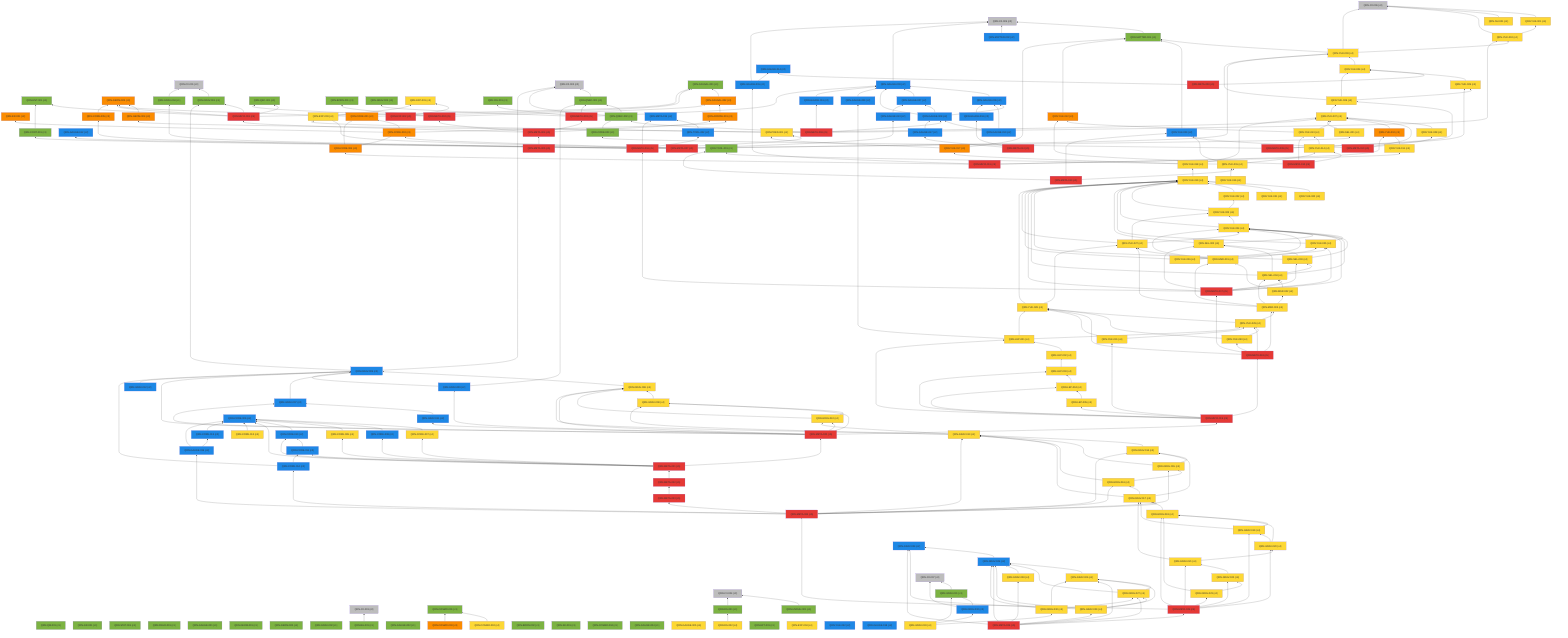
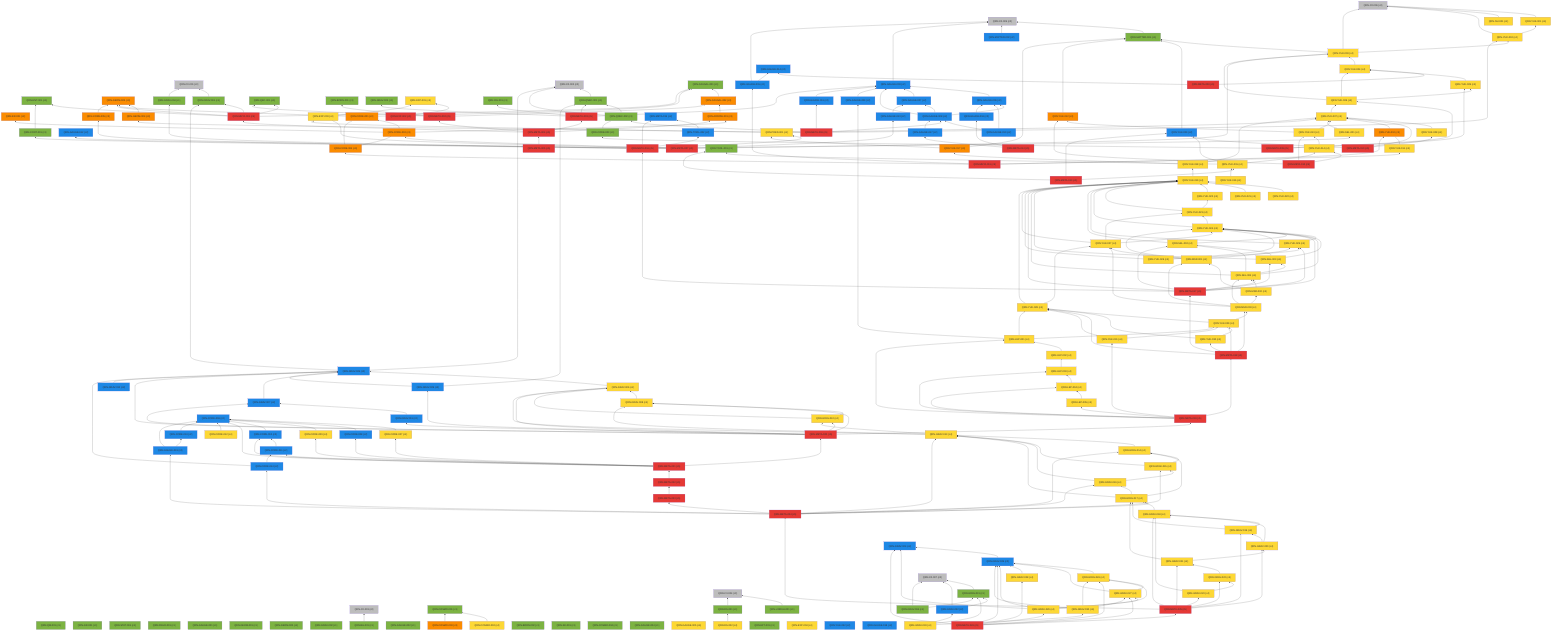
%% 自動生成 (dag/report.pl) — QRN 主張依存グラフ
graph BT
  QRN_C0_001["QRN-C0-001 (c0)"]:::c0
  QRN_C0_002["QRN-C0-002 (c0)"]:::c0
  QRN_C0_003["QRN-C0-003 (c0)"]:::c0
  QRN_C0_004["QRN-C0-004 (c0)"]:::c0
  QRN_C0_005["QRN-C0-005 (c0)"]:::c0
  QRN_C0_006["QRN-C0-006 (c0)"]:::c0
  QRN_QM_001["QRN-QM-001 (c1)"]:::c1
  QRN_GR_001["QRN-GR-001 (c1)"]:::c1
  QRN_STAT_001["QRN-STAT-001 (c1)"]:::c1
  QRN_FIELD_001["QRN-FIELD-001 (c1)"]:::c1
  QRN_GAUGE_001["QRN-GAUGE-001 (c1)"]:::c1
  QRN_ENT_001["QRN-ENT-001 (c1)"]:::c1
  QRN_GEOM_001["QRN-GEOM-001 (c1)"]:::c1
  QRN_GEOM_002["QRN-GEOM-002 (c1)"]:::c1
  QRN_GEOM_003["QRN-GEOM-003 (c3)"]:::c3
  QRN_GRAV_001["QRN-GRAV-001 (c1)"]:::c1
  QRN_GRAV_002["QRN-GRAV-002 (c1)"]:::c1
  QRN_BH_001["QRN-BH-001 (c1)"]:::c1
  QRN_CAUSAL_001["QRN-CAUSAL-001 (c1)"]:::c1
  QRN_CAUSAL_002["QRN-CAUSAL-002 (c3)"]:::c3
  QRN_ER_001["QRN-ER-001 (c3)"]:::c3
  QRN_QEC_001["QRN-QEC-001 (c1)"]:::c1
  QRN_GAUGE_002["QRN-GAUGE-002 (c1)"]:::c1
  QRN_COSMO_001["QRN-COSMO-001 (c1)"]:::c1
  QRN_COSMO_002["QRN-COSMO-002 (c4)"]:::c4
  QRN_COSMO_003["QRN-COSMO-003 (c3)"]:::c3
  QRN_BORN_001["QRN-BORN-001 (c1)"]:::c1
  QRN_BORN_002["QRN-BORN-002 (c1)"]:::c1
  QRN_GRAV_003["QRN-GRAV-003 (c1)"]:::c1
  QRN_KK_001["QRN-KK-001 (c1)"]:::c1
  QRN_MATTER_001["QRN-MATTER-001 (c1)"]:::c1
  QRN_MATTER_002["QRN-MATTER-002 (c2)"]:::c2
  QRN_COSMO_004["QRN-COSMO-004 (c1)"]:::c1
  QRN_EXP_001["QRN-EXP-001 (c4)"]:::c4
  QRN_GAUGE_003["QRN-GAUGE-003 (c2)"]:::c2
  QRN_GAUGE_004["QRN-GAUGE-004 (c1)"]:::c1
  QRN_GAUGE_005["QRN-GAUGE-005 (c4)"]:::c4
  QRN_YUK_001["QRN-YUK-001 (c4)"]:::c4
  QRN_RG_001["QRN-RG-001 (c1)"]:::c1
  QRN_UNRUH_001["QRN-UNRUH-001 (c1)"]:::c1
  QRN_QNEC_001["QRN-QNEC-001 (c1)"]:::c1
  QRN_NU_001["QRN-NU-001 (c4)"]:::c4
  QRN_GAUGE_006["QRN-GAUGE-006 (c2)"]:::c2
  QRN_DS_001["QRN-DS-001 (c1)"]:::c1
  QRN_DS_002["QRN-DS-002 (c4)"]:::c4
  QRN_ARROW_001["QRN-ARROW-001 (c3)"]:::c3
  QRN_GAUGE_007["QRN-GAUGE-007 (c2)"]:::c2
  QRN_EFT_001["QRN-EFT-001 (c1)"]:::c1
  QRN_GAUGE_008["QRN-GAUGE-008 (c2)"]:::c2
  QRN_GAUGE_009["QRN-GAUGE-009 (c2)"]:::c2
  QRN_GAUGE_010["QRN-GAUGE-010 (c2)"]:::c2
  QRN_QNEC_002["QRN-QNEC-002 (c1)"]:::c1
  QRN_GEOM_004["QRN-GEOM-004 (c3)"]:::c3
  QRN_YUK_002["QRN-YUK-002 (c4)"]:::c4
  QRN_EXP_002["QRN-EXP-002 (c5)"]:::c5
  QRN_CORE_001["QRN-CORE-001 (c3)"]:::c3
  QRN_GAUGE_011["QRN-GAUGE-011 (c2)"]:::c2
  QRN_GAUGE_012["QRN-GAUGE-012 (c2)"]:::c2
  QRN_YUK_003["QRN-YUK-003 (c4)"]:::c4
  QRN_EXP_003["QRN-EXP-003 (c4)"]:::c4
  QRN_CORE_002["QRN-CORE-002 (c3)"]:::c3
  QRN_GAUGE_013["QRN-GAUGE-013 (c2)"]:::c2
  QRN_YUK_004["QRN-YUK-004 (c4)"]:::c4
  QRN_GAUGE_014["QRN-GAUGE-014 (c2)"]:::c2
  QRN_META_001["QRN-META-001 (c5)"]:::c5
  QRN_META_002["QRN-META-002 (c5)"]:::c5
  QRN_META_003["QRN-META-003 (c5)"]:::c5
  QRN_META_004["QRN-META-004 (c5)"]:::c5
  QRN_META_005["QRN-META-005 (c5)"]:::c5
  QRN_META_006["QRN-META-006 (c5)"]:::c5
  QRN_META_007["QRN-META-007 (c5)"]:::c5
  QRN_META_008["QRN-META-008 (c5)"]:::c5
  QRN_YUK_005["QRN-YUK-005 (c4)"]:::c4
  QRN_YUK_006["QRN-YUK-006 (c4)"]:::c4
  QRN_CORE_003["QRN-CORE-003 (c1)"]:::c1
  QRN_META_009["QRN-META-009 (c5)"]:::c5
  QRN_YUK_007["QRN-YUK-007 (c4)"]:::c4
  QRN_YUK_008["QRN-YUK-008 (c4)"]:::c4
  QRN_YUK_009["QRN-YUK-009 (c2)"]:::c2
  QRN_META_010["QRN-META-010 (c5)"]:::c5
  QRN_GAUGE_015["QRN-GAUGE-015 (c2)"]:::c2
  QRN_YUK_010["QRN-YUK-010 (c3)"]:::c3
  QRN_YUK_011["QRN-YUK-011 (c4)"]:::c4
  QRN_CORE_004["QRN-CORE-004 (c3)"]:::c3
  QRN_META_011["QRN-META-011 (c5)"]:::c5
  QRN_YUK_012["QRN-YUK-012 (c3)"]:::c3
  QRN_YUK_013["QRN-YUK-013 (c4)"]:::c4
  QRN_YUK_014["QRN-YUK-014 (c4)"]:::c4
  QRN_META_012["QRN-META-012 (c5)"]:::c5
  QRN_TOOL_001["QRN-TOOL-001 (c1)"]:::c1
  QRN_YUK_015["QRN-YUK-015 (c4)"]:::c4
  QRN_META_013["QRN-META-013 (c5)"]:::c5
  QRN_GAUGE_016["QRN-GAUGE-016 (c2)"]:::c2
  QRN_GAUGE_017["QRN-GAUGE-017 (c2)"]:::c2
  QRN_META_014["QRN-META-014 (c5)"]:::c5
  QRN_META_015["QRN-META-015 (c2)"]:::c2
  QRN_TOOL_002["QRN-TOOL-002 (c2)"]:::c2
  QRN_CORE_005["QRN-CORE-005 (c3)"]:::c3
  QRN_CONT_001["QRN-CONT-001 (c1)"]:::c1
  QRN_SEL_001["QRN-SEL-001 (c4)"]:::c4
  QRN_GRAV_004["QRN-GRAV-004 (c1)"]:::c1
  QRN_PRED_001["QRN-PRED-001 (c4)"]:::c4
  QRN_META_016["QRN-META-016 (c5)"]:::c5
  QRN_YUK_016["QRN-YUK-016 (c4)"]:::c4
  QRN_YUK_017["QRN-YUK-017 (c3)"]:::c3
  QRN_YUK_018["QRN-YUK-018 (c4)"]:::c4
  QRN_YUK_019["QRN-YUK-019 (c4)"]:::c4
  QRN_YUK_020["QRN-YUK-020 (c4)"]:::c4
  QRN_YUK_021["QRN-YUK-021 (c4)"]:::c4
  QRN_YUK_022["QRN-YUK-022 (c4)"]:::c4
  QRN_YUK_023["QRN-YUK-023 (c4)"]:::c4
  QRN_YUK_024["QRN-YUK-024 (c4)"]:::c4
  QRN_YUK_025["QRN-YUK-025 (c4)"]:::c4
  QRN_SEL_002["QRN-SEL-002 (c4)"]:::c4
  QRN_SEL_003["QRN-SEL-003 (c4)"]:::c4
  QRN_SEL_004["QRN-SEL-004 (c4)"]:::c4
  QRN_META_017["QRN-META-017 (c5)"]:::c5
  QRN_YUK_026["QRN-YUK-026 (c4)"]:::c4
  QRN_YUK_027["QRN-YUK-027 (c4)"]:::c4
  QRN_MSR_001["QRN-MSR-001 (c4)"]:::c4
  QRN_MSR_002["QRN-MSR-002 (c4)"]:::c4
  QRN_MSR_003["QRN-MSR-003 (c4)"]:::c4
  QRN_YUK_028["QRN-YUK-028 (c4)"]:::c4
  QRN_YUK_029["QRN-YUK-029 (c4)"]:::c4
  QRN_YUK_030["QRN-YUK-030 (c4)"]:::c4
  QRN_META_018["QRN-META-018 (c5)"]:::c5
  QRN_YUK_031["QRN-YUK-031 (c4)"]:::c4
  QRN_LEP_001["QRN-LEP-001 (c4)"]:::c4
  QRN_LEP_002["QRN-LEP-002 (c4)"]:::c4
  QRN_LEP_003["QRN-LEP-003 (c4)"]:::c4
  QRN_LEP_004["QRN-LEP-004 (c4)"]:::c4
  QRN_LEP_005["QRN-LEP-005 (c4)"]:::c4
  QRN_META_019["QRN-META-019 (c5)"]:::c5
  QRN_GRAV_005["QRN-GRAV-005 (c2)"]:::c2
  QRN_GRAV_006["QRN-GRAV-006 (c4)"]:::c4
  QRN_GRAV_007["QRN-GRAV-007 (c2)"]:::c2
  QRN_GRAV_008["QRN-GRAV-008 (c4)"]:::c4
  QRN_GRAV_009["QRN-GRAV-009 (c2)"]:::c2
  QRN_GRAV_010["QRN-GRAV-010 (c4)"]:::c4
  QRN_GRAV_011["QRN-GRAV-011 (c2)"]:::c2
  QRN_META_020["QRN-META-020 (c5)"]:::c5
  QRN_CORE_006["QRN-CORE-006 (c2)"]:::c2
  QRN_CORE_007["QRN-CORE-007 (c4)"]:::c4
  QRN_CORE_008["QRN-CORE-008 (c2)"]:::c2
  QRN_CORE_009["QRN-CORE-009 (c4)"]:::c4
  QRN_CORE_010["QRN-CORE-010 (c2)"]:::c2
  QRN_CORE_011["QRN-CORE-011 (c2)"]:::c2
  QRN_META_021["QRN-META-021 (c5)"]:::c5
  QRN_CORE_012["QRN-CORE-012 (c4)"]:::c4
  QRN_EXP_004["QRN-EXP-004 (c4)"]:::c4
  QRN_CORE_013["QRN-CORE-013 (c2)"]:::c2
  QRN_GRAV_012["QRN-GRAV-012 (c2)"]:::c2
  QRN_YUK_032["QRN-YUK-032 (c2)"]:::c2
  QRN_GAUGE_018["QRN-GAUGE-018 (c2)"]:::c2
  QRN_META_022["QRN-META-022 (c5)"]:::c5
  QRN_META_023["QRN-META-023 (c5)"]:::c5
  QRN_CORE_014["QRN-CORE-014 (c2)"]:::c2
  QRN_GRAV_013["QRN-GRAV-013 (c4)"]:::c4
  QRN_GRAV_014["QRN-GRAV-014 (c4)"]:::c4
  QRN_GRAV_015["QRN-GRAV-015 (c4)"]:::c4
  QRN_GRAV_016["QRN-GRAV-016 (c4)"]:::c4
  QRN_GRAV_017["QRN-GRAV-017 (c4)"]:::c4
  QRN_GAUGE_019["QRN-GAUGE-019 (c2)"]:::c2
  QRN_META_024["QRN-META-024 (c5)"]:::c5
  QRN_GRAV_018["QRN-GRAV-018 (c4)"]:::c4
  QRN_GRAV_019["QRN-GRAV-019 (c4)"]:::c4
  QRN_GRAV_020["QRN-GRAV-020 (c4)"]:::c4
  QRN_GRAV_021["QRN-GRAV-021 (c4)"]:::c4
  QRN_GRAV_022["QRN-GRAV-022 (c4)"]:::c4
  QRN_GRAV_023["QRN-GRAV-023 (c4)"]:::c4
  QRN_META_025["QRN-META-025 (c5)"]:::c5
  QRN_GRAV_024["QRN-GRAV-024 (c2)"]:::c2
  QRN_GRAV_025["QRN-GRAV-025 (c2)"]:::c2
  QRN_GRAV_026["QRN-GRAV-026 (c4)"]:::c4
  QRN_GRAV_027["QRN-GRAV-027 (c4)"]:::c4
  QRN_GRAV_028["QRN-GRAV-028 (c4)"]:::c4
  QRN_GRAV_029["QRN-GRAV-029 (c4)"]:::c4
  QRN_META_026["QRN-META-026 (c5)"]:::c5
  QRN_GRAV_030["QRN-GRAV-030 (c4)"]:::c4
  QRN_C0_007["QRN-C0-007 (c0)"]:::c0
  QRN_GRAV_031["QRN-GRAV-031 (c1)"]:::c1
  QRN_GRAV_032["QRN-GRAV-032 (c2)"]:::c2
  QRN_GRAV_033["QRN-GRAV-033 (c4)"]:::c4
+   QRN_GRAV_034["QRN-GRAV-034 (c1)"]:::c1
  QRN_GRAV_001 --> QRN_C0_001
  QRN_BH_001 --> QRN_C0_003
  QRN_CAUSAL_002 --> QRN_CAUSAL_001
  QRN_COSMO_002 --> QRN_COSMO_001
  QRN_COSMO_003 --> QRN_COSMO_001
  QRN_MATTER_001 --> QRN_C0_005
  QRN_MATTER_002 --> QRN_C0_005
  QRN_GAUGE_003 --> QRN_C0_005
  QRN_YUK_001 --> QRN_C0_006
  QRN_UNRUH_001 --> QRN_C0_004
  QRN_QNEC_001 --> QRN_C0_002
  QRN_NU_001 --> QRN_C0_006
  QRN_GAUGE_006 --> QRN_GAUGE_003
  QRN_DS_001 --> QRN_C0_004
  QRN_DS_002 --> QRN_DS_001
  QRN_ARROW_001 --> QRN_CAUSAL_002
  QRN_GAUGE_007 --> QRN_GAUGE_003
  QRN_GAUGE_008 --> QRN_GAUGE_003
  QRN_GAUGE_008 --> QRN_GAUGE_006
  QRN_GAUGE_008 --> QRN_GAUGE_007
  QRN_GAUGE_009 --> QRN_GAUGE_003
  QRN_GAUGE_010 --> QRN_GAUGE_006
  QRN_GAUGE_010 --> QRN_GAUGE_008
  QRN_QNEC_002 --> QRN_C0_002
  QRN_QNEC_002 --> QRN_QNEC_001
  QRN_GEOM_004 --> QRN_GEOM_003
  QRN_YUK_002 --> QRN_C0_006
  QRN_YUK_002 --> QRN_YUK_001
  QRN_EXP_002 --> QRN_EXP_001
  QRN_CORE_001 --> QRN_GEOM_003
  QRN_CORE_001 --> QRN_CAUSAL_001
  QRN_GAUGE_011 --> QRN_GAUGE_003
  QRN_YUK_003 --> QRN_C0_006
  QRN_YUK_003 --> QRN_MATTER_001
  QRN_YUK_003 --> QRN_YUK_002
  QRN_EXP_003 --> QRN_EXP_001
  QRN_CORE_002 --> QRN_CORE_001
  QRN_CORE_002 --> QRN_ER_001
  QRN_CORE_002 --> QRN_ARROW_001
  QRN_GAUGE_013 --> QRN_GAUGE_007
  QRN_YUK_004 --> QRN_YUK_003
  QRN_META_001 --> QRN_GEOM_003
  QRN_META_001 --> QRN_GRAV_001
  QRN_META_001 --> QRN_CAUSAL_001
  QRN_META_001 --> QRN_QEC_001
  QRN_META_001 --> QRN_ENT_001
  QRN_META_002 --> QRN_QEC_001
  QRN_META_002 --> QRN_BORN_001
  QRN_META_002 --> QRN_CAUSAL_002
  QRN_META_003 --> QRN_GAUGE_003
  QRN_META_003 --> QRN_RG_001
  QRN_META_003 --> QRN_QNEC_001
  QRN_META_003 --> QRN_GRAV_003
  QRN_META_004 --> QRN_META_001
  QRN_META_004 --> QRN_META_002
  QRN_META_004 --> QRN_META_003
  QRN_META_004 --> QRN_ARROW_001
  QRN_META_005 --> QRN_META_004
  QRN_META_006 --> QRN_GAUGE_008
  QRN_META_006 --> QRN_QNEC_002
  QRN_META_006 --> QRN_GEOM_004
  QRN_META_006 --> QRN_YUK_002
  QRN_META_006 --> QRN_GAUGE_011
  QRN_META_007 --> QRN_GAUGE_012
  QRN_META_007 --> QRN_YUK_003
  QRN_META_007 --> QRN_EXP_003
  QRN_META_007 --> QRN_CORE_002
  QRN_META_007 --> QRN_GAUGE_013
  QRN_META_008 --> QRN_YUK_004
  QRN_META_008 --> QRN_GAUGE_014
  QRN_YUK_005 --> QRN_YUK_004
  QRN_YUK_006 --> QRN_YUK_003
  QRN_YUK_006 --> QRN_YUK_004
  QRN_YUK_006 --> QRN_YUK_005
  QRN_CORE_003 --> QRN_QNEC_002
  QRN_META_009 --> QRN_YUK_005
  QRN_META_009 --> QRN_YUK_006
  QRN_META_009 --> QRN_CORE_003
  QRN_YUK_007 --> QRN_YUK_006
  QRN_YUK_008 --> QRN_YUK_007
  QRN_YUK_009 --> QRN_MATTER_001
  QRN_META_010 --> QRN_YUK_007
  QRN_META_010 --> QRN_YUK_008
  QRN_META_010 --> QRN_YUK_009
  QRN_GAUGE_015 --> QRN_C0_005
  QRN_GAUGE_015 --> QRN_GAUGE_014
  QRN_YUK_010 --> QRN_YUK_007
  QRN_YUK_011 --> QRN_YUK_010
  QRN_CORE_004 --> QRN_CORE_001
  QRN_CORE_004 --> QRN_CORE_002
  QRN_META_011 --> QRN_GAUGE_015
  QRN_META_011 --> QRN_YUK_010
  QRN_META_011 --> QRN_YUK_011
  QRN_META_011 --> QRN_CORE_004
  QRN_YUK_012 --> QRN_MATTER_001
  QRN_YUK_013 --> QRN_YUK_012
  QRN_YUK_013 --> QRN_YUK_007
  QRN_YUK_014 --> QRN_YUK_013
  QRN_META_012 --> QRN_YUK_012
  QRN_META_012 --> QRN_YUK_013
  QRN_META_012 --> QRN_YUK_014
  QRN_YUK_015 --> QRN_YUK_014
  QRN_YUK_015 --> QRN_TOOL_001
  QRN_YUK_015 --> QRN_YUK_009
  QRN_META_013 --> QRN_YUK_015
  QRN_META_013 --> QRN_TOOL_001
  QRN_META_013 --> QRN_YUK_009
  QRN_GAUGE_016 --> QRN_GAUGE_006
  QRN_GAUGE_017 --> QRN_GAUGE_008
  QRN_META_014 --> QRN_GAUGE_016
  QRN_META_014 --> QRN_GAUGE_017
  QRN_TOOL_002 --> QRN_META_015
  QRN_CORE_005 --> QRN_GEOM_003
  QRN_CONT_001 --> QRN_ENT_001
  QRN_SEL_001 --> QRN_YUK_007
  QRN_GRAV_004 --> QRN_C0_001
  QRN_PRED_001 --> QRN_YUK_007
  QRN_PRED_001 --> QRN_EXP_003
  QRN_META_016 --> QRN_META_015
  QRN_META_016 --> QRN_TOOL_002
  QRN_META_016 --> QRN_CORE_005
  QRN_META_016 --> QRN_CONT_001
  QRN_META_016 --> QRN_SEL_001
  QRN_META_016 --> QRN_GRAV_004
  QRN_META_016 --> QRN_PRED_001
  QRN_YUK_016 --> QRN_YUK_015
  QRN_YUK_017 --> QRN_MATTER_001
  QRN_YUK_017 --> QRN_PRED_001
  QRN_YUK_018 --> QRN_YUK_017
  QRN_YUK_018 --> QRN_YUK_007
  QRN_YUK_019 --> QRN_YUK_018
  QRN_YUK_020 --> QRN_YUK_019
  QRN_YUK_021 --> QRN_YUK_019
  QRN_YUK_022 --> QRN_YUK_019
  QRN_YUK_023 --> QRN_YUK_019
  QRN_YUK_023 --> QRN_YUK_022
  QRN_YUK_024 --> QRN_YUK_019
  QRN_YUK_024 --> QRN_YUK_023
  QRN_YUK_025 --> QRN_YUK_019
  QRN_YUK_025 --> QRN_YUK_024
  QRN_SEL_002 --> QRN_YUK_019
  QRN_SEL_002 --> QRN_YUK_024
  QRN_SEL_003 --> QRN_YUK_019
  QRN_SEL_003 --> QRN_YUK_024
  QRN_SEL_003 --> QRN_SEL_002
  QRN_SEL_004 --> QRN_YUK_019
  QRN_SEL_004 --> QRN_YUK_024
  QRN_SEL_004 --> QRN_SEL_002
  QRN_SEL_004 --> QRN_SEL_003
  QRN_META_017 --> QRN_META_016
  QRN_META_017 --> QRN_YUK_019
  QRN_META_017 --> QRN_YUK_024
  QRN_META_017 --> QRN_YUK_025
  QRN_META_017 --> QRN_SEL_002
  QRN_META_017 --> QRN_SEL_003
  QRN_META_017 --> QRN_SEL_004
  QRN_YUK_026 --> QRN_YUK_019
  QRN_YUK_026 --> QRN_YUK_024
  QRN_YUK_026 --> QRN_YUK_025
  QRN_YUK_027 --> QRN_YUK_019
  QRN_YUK_027 --> QRN_YUK_023
  QRN_YUK_027 --> QRN_YUK_024
  QRN_MSR_001 --> QRN_YUK_024
  QRN_MSR_001 --> QRN_YUK_025
  QRN_MSR_001 --> QRN_YUK_027
  QRN_MSR_002 --> QRN_SEL_004
  QRN_MSR_002 --> QRN_MSR_001
  QRN_MSR_003 --> QRN_MSR_001
  QRN_MSR_003 --> QRN_MSR_002
  QRN_MSR_003 --> QRN_SEL_004
  QRN_MSR_003 --> QRN_YUK_027
  QRN_YUK_028 --> QRN_YUK_019
  QRN_YUK_028 --> QRN_YUK_027
  QRN_YUK_029 --> QRN_YUK_028
  QRN_YUK_029 --> QRN_MSR_003
  QRN_YUK_030 --> QRN_YUK_028
  QRN_YUK_030 --> QRN_YUK_029
  QRN_META_018 --> QRN_META_017
  QRN_META_018 --> QRN_MSR_003
  QRN_META_018 --> QRN_YUK_028
  QRN_META_018 --> QRN_YUK_029
  QRN_META_018 --> QRN_YUK_030
  QRN_YUK_031 --> QRN_YUK_028
  QRN_YUK_031 --> QRN_YUK_029
  QRN_LEP_001 --> QRN_YUK_028
  QRN_LEP_001 --> QRN_YUK_029
  QRN_LEP_001 --> QRN_GAUGE_009
  QRN_LEP_002 --> QRN_LEP_001
  QRN_LEP_003 --> QRN_LEP_002
  QRN_LEP_004 --> QRN_LEP_003
  QRN_LEP_005 --> QRN_LEP_004
  QRN_META_019 --> QRN_META_018
  QRN_META_019 --> QRN_YUK_031
  QRN_META_019 --> QRN_LEP_001
  QRN_META_019 --> QRN_LEP_003
  QRN_META_019 --> QRN_LEP_004
  QRN_META_019 --> QRN_LEP_005
  QRN_GRAV_005 --> QRN_C0_002
  QRN_GRAV_005 --> QRN_GRAV_001
  QRN_GRAV_006 --> QRN_GRAV_005
  QRN_GRAV_007 --> QRN_GRAV_005
  QRN_GRAV_008 --> QRN_GRAV_006
  QRN_GRAV_009 --> QRN_GRAV_005
  QRN_GRAV_009 --> QRN_QNEC_001
  QRN_GRAV_010 --> QRN_GRAV_006
  QRN_GRAV_010 --> QRN_GRAV_008
  QRN_GRAV_011 --> QRN_GRAV_007
  QRN_META_020 --> QRN_META_019
  QRN_META_020 --> QRN_GRAV_005
  QRN_META_020 --> QRN_GRAV_006
  QRN_META_020 --> QRN_GRAV_007
  QRN_META_020 --> QRN_GRAV_008
  QRN_META_020 --> QRN_GRAV_009
  QRN_META_020 --> QRN_GRAV_010
  QRN_META_020 --> QRN_GRAV_011
  QRN_CORE_007 --> QRN_CORE_006
  QRN_CORE_008 --> QRN_CORE_006
  QRN_CORE_009 --> QRN_CORE_006
  QRN_CORE_010 --> QRN_CORE_006
  QRN_CORE_011 --> QRN_CORE_010
  QRN_META_021 --> QRN_META_020
  QRN_META_021 --> QRN_CORE_006
  QRN_META_021 --> QRN_CORE_007
  QRN_META_021 --> QRN_CORE_008
  QRN_META_021 --> QRN_CORE_009
  QRN_META_021 --> QRN_CORE_010
  QRN_META_021 --> QRN_CORE_011
  QRN_CORE_012 --> QRN_CORE_006
  QRN_CORE_013 --> QRN_CORE_006
  QRN_GRAV_012 --> QRN_GRAV_005
  QRN_META_022 --> QRN_META_021
  QRN_META_023 --> QRN_META_022
  QRN_CORE_014 --> QRN_CORE_011
  QRN_CORE_014 --> QRN_GRAV_005
  QRN_GRAV_013 --> QRN_GRAV_006
  QRN_GRAV_013 --> QRN_GRAV_008
  QRN_GRAV_013 --> QRN_GRAV_010
  QRN_GRAV_014 --> QRN_GRAV_013
  QRN_GRAV_015 --> QRN_GRAV_013
  QRN_GRAV_015 --> QRN_GRAV_014
  QRN_GRAV_016 --> QRN_GRAV_013
  QRN_GRAV_016 --> QRN_GRAV_015
  QRN_GRAV_017 --> QRN_GRAV_013
  QRN_GRAV_017 --> QRN_GRAV_014
  QRN_GRAV_017 --> QRN_GRAV_016
  QRN_GAUGE_019 --> QRN_CORE_006
  QRN_GAUGE_019 --> QRN_CORE_013
  QRN_META_024 --> QRN_CORE_014
  QRN_META_024 --> QRN_GRAV_013
  QRN_META_024 --> QRN_GRAV_014
  QRN_META_024 --> QRN_GRAV_015
  QRN_META_024 --> QRN_GRAV_016
  QRN_META_024 --> QRN_GRAV_017
  QRN_META_024 --> QRN_GAUGE_019
  QRN_META_024 --> QRN_META_023
  QRN_GRAV_018 --> QRN_GRAV_017
  QRN_GRAV_019 --> QRN_GRAV_017
  QRN_GRAV_019 --> QRN_GRAV_018
  QRN_GRAV_020 --> QRN_GRAV_018
  QRN_GRAV_020 --> QRN_GRAV_019
  QRN_GRAV_021 --> QRN_GRAV_017
  QRN_GRAV_021 --> QRN_GRAV_020
  QRN_GRAV_022 --> QRN_GRAV_021
  QRN_GRAV_023 --> QRN_GRAV_018
  QRN_GRAV_023 --> QRN_GRAV_022
  QRN_META_025 --> QRN_GRAV_018
  QRN_META_025 --> QRN_GRAV_019
  QRN_META_025 --> QRN_GRAV_020
  QRN_META_025 --> QRN_GRAV_021
  QRN_META_025 --> QRN_GRAV_022
  QRN_META_025 --> QRN_GRAV_023
  QRN_META_025 --> QRN_META_024
  QRN_GRAV_025 --> QRN_GRAV_024
  QRN_GRAV_026 --> QRN_GRAV_025
  QRN_GRAV_027 --> QRN_GRAV_025
  QRN_GRAV_027 --> QRN_GRAV_026
  QRN_GRAV_028 --> QRN_GRAV_025
  QRN_GRAV_029 --> QRN_GRAV_024
  QRN_GRAV_029 --> QRN_GRAV_025
  QRN_GRAV_029 --> QRN_GRAV_026
  QRN_GRAV_029 --> QRN_GRAV_027
  QRN_META_026 --> QRN_GRAV_024
  QRN_META_026 --> QRN_GRAV_025
  QRN_META_026 --> QRN_GRAV_026
  QRN_META_026 --> QRN_GRAV_027
  QRN_META_026 --> QRN_GRAV_028
  QRN_META_026 --> QRN_GRAV_029
  QRN_META_026 --> QRN_META_025
  QRN_GRAV_030 --> QRN_GRAV_025
  QRN_GRAV_030 --> QRN_GRAV_026
  QRN_GRAV_030 --> QRN_GRAV_027
  QRN_GRAV_031 --> QRN_C0_007
  QRN_GRAV_032 --> QRN_C0_007
  QRN_GRAV_032 --> QRN_GRAV_031
  QRN_GRAV_033 --> QRN_GRAV_030
  QRN_GRAV_033 --> QRN_GRAV_031
  QRN_GRAV_033 --> QRN_GRAV_032
+   QRN_GRAV_034 --> QRN_C0_007
+   QRN_GRAV_034 --> QRN_GRAV_031
  classDef c0 fill:#bdbdbd
  classDef c1 fill:#7cb342
  classDef c2 fill:#1e88e5
  classDef c3 fill:#fb8c00
  classDef c4 fill:#fdd835
  classDef c5 fill:#e53935
